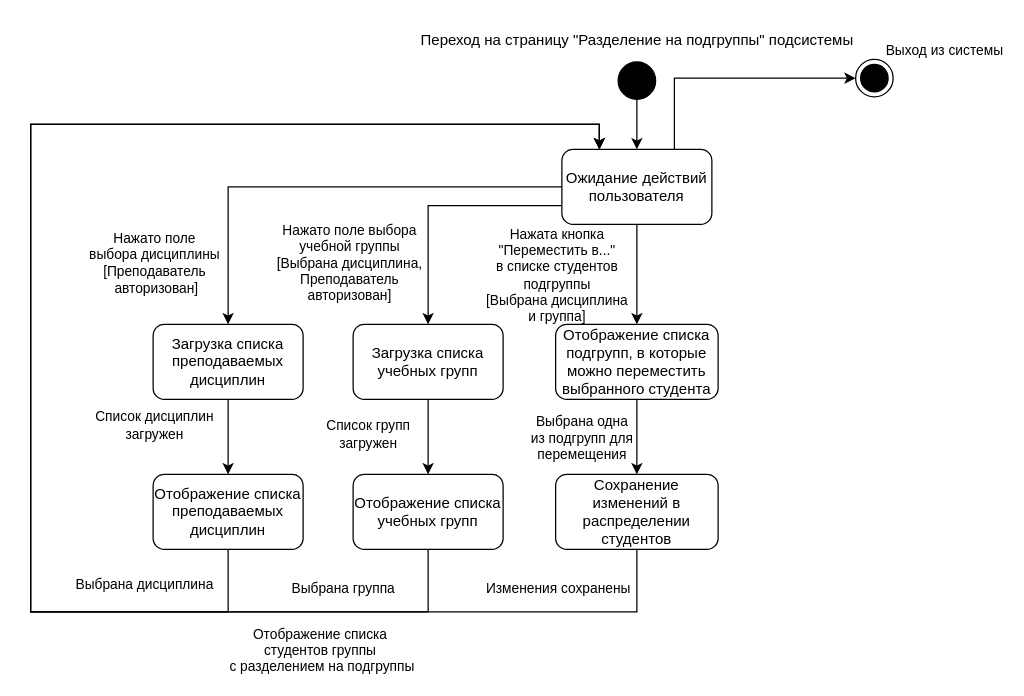
The draw.io diagram page "подгруппы" (2 of 3) of ВКР/drawio/Состояния_и_переходов.drawio in kuskas112/Labs, before the edit. Source tidied: cells renumbered, new cells numbered last; positions are measured from the earlier drawing's top-left corner, leaving out a move shared by most shapes. Both pictures are drawn from the tidied source at 125%, with x=0, y=0 at pixel (30, 21).
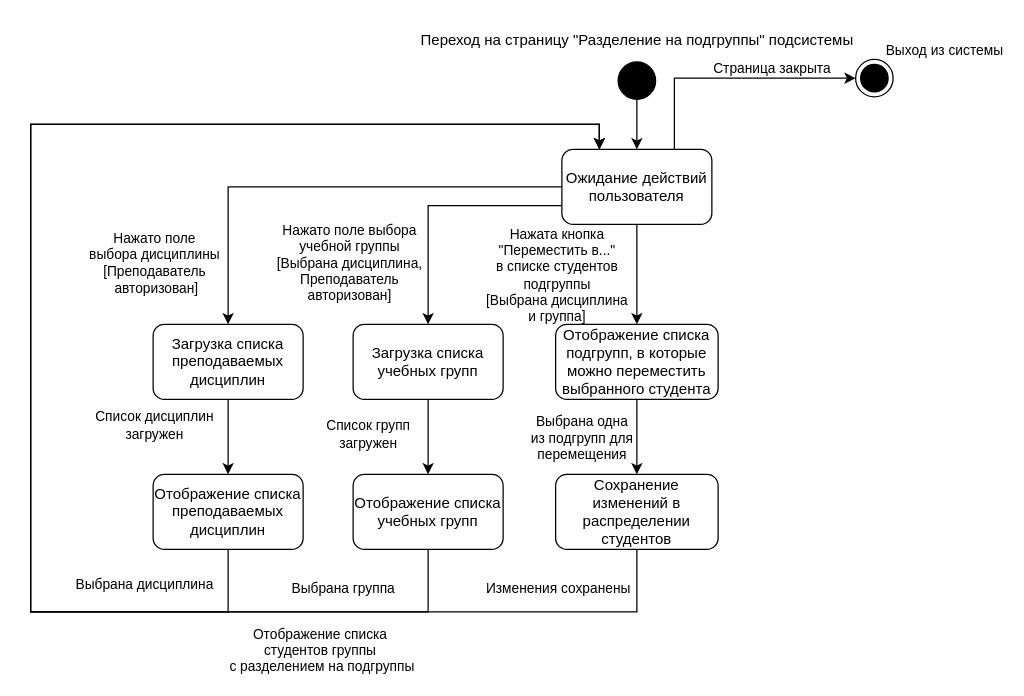
The same diagram, later.

Change to the diagram source:
```diff
@@
+    <mxCell id="34" value="Страница закрыта" style="edgeLabel;html=1;align=center;verticalAlign=middle;" parent="1" vertex="1">
+      <mxGeometry x="620" y="60" as="geometry">
+        <mxPoint x="-28" y="-24" as="offset" />
+      </mxGeometry>
+    </mxCell>
```
